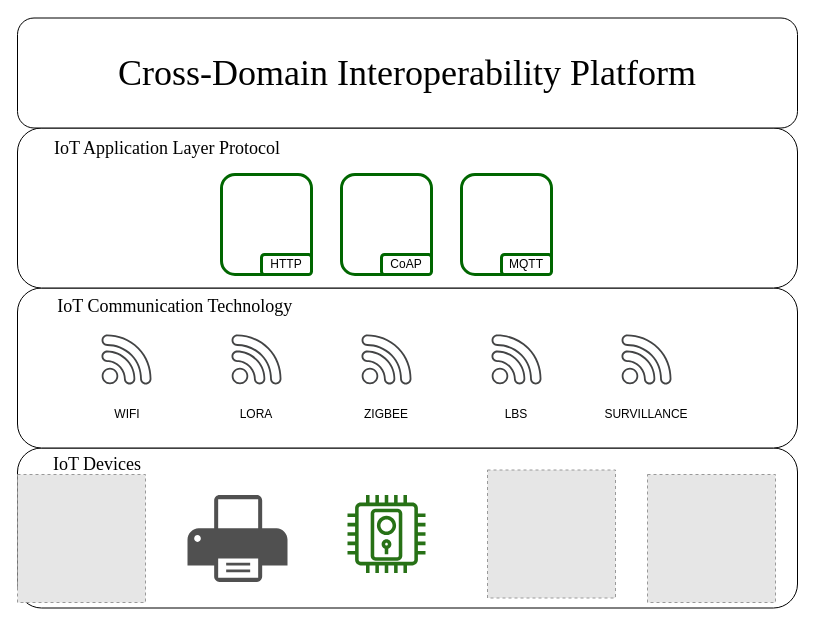
Before: page "Page-5" (5 of 9) of SystemAll.drawio in ctmuthu/wot-sys-ci, a draw.io diagram. Source tidied: cells renumbered, new cells numbered last; positions are measured from the earlier drawing's top-left corner, leaving out a move shared by most shapes. Both pictures are drawn from the tidied source at 100%, with x=0, y=0 at pixel (17, 18). Pictures stored in the file or linked from it are replaced by grey dashed boxes.
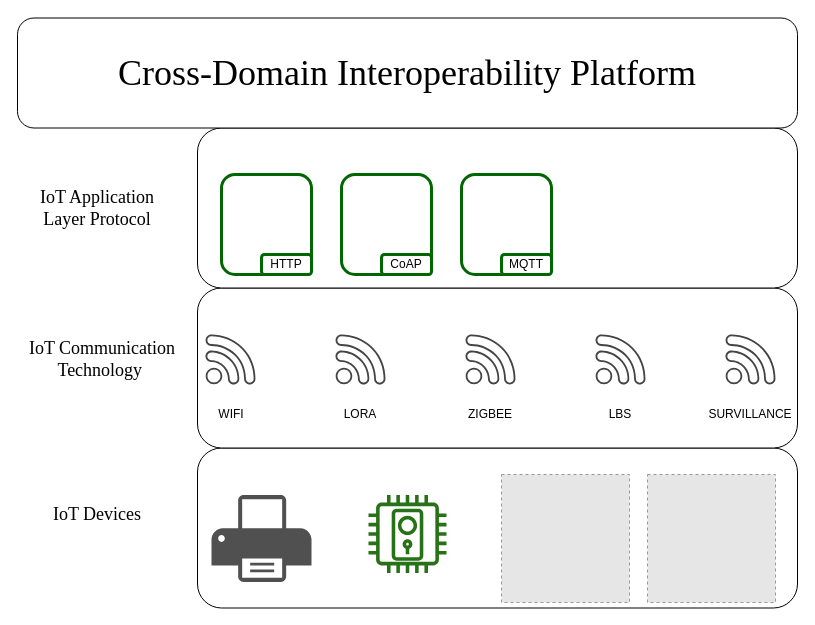
Above is the later version.

Diff of the diagram source:
```diff
@@
     <mxCell id="2" style="rounded=1;whiteSpace=wrap;html=1;" parent="1" vertex="1">
-      <mxGeometry y="429.5" width="780" height="160" as="geometry" />
+      <mxGeometry x="180" y="429.5" width="600" height="160" as="geometry" />
     </mxCell>
-    <mxCell id="3" style="fillColor=#E6E6E6;strokeColor=#999999;dashed=1;html=1;verticalAlign=top;verticalLabelPosition=bottom;labelBackgroundColor=#ffffff;" parent="1" vertex="1">
-      <mxGeometry y="456" width="128" height="128" as="geometry" />
-    </mxCell>
     <mxCell id="4" style="fillColor=#E6E6E6;strokeColor=#999999;dashed=1;html=1;verticalAlign=top;verticalLabelPosition=bottom;labelBackgroundColor=#ffffff;" parent="1" vertex="1">
-      <mxGeometry x="470" y="451.5" width="128" height="128" as="geometry" />
+      <mxGeometry x="484" y="456" width="128" height="128" as="geometry" />
     </mxCell>
@@
     <mxCell id="6" style="fontColor=#232F3E;gradientColor=none;fillColor=#277116;strokeColor=none;dashed=0;verticalLabelPosition=bottom;verticalAlign=top;align=center;html=1;fontSize=12;fontStyle=0;shape=mxgraph.aws4.door_lock;" parent="1" vertex="1">
-      <mxGeometry x="330" y="476.5" width="78" height="78" as="geometry" />
+      <mxGeometry x="351" y="476.5" width="78" height="78" as="geometry" />
     </mxCell>
     <mxCell id="7" style="shadow=0;dashed=0;html=1;strokeColor=none;fillColor=#505050;labelPosition=center;verticalLabelPosition=bottom;verticalAlign=top;align=center;shape=mxgraph.office.devices.printer;" parent="1" vertex="1">
-      <mxGeometry x="170" y="476.5" width="100" height="87" as="geometry" />
+      <mxGeometry x="194" y="476.5" width="100" height="87" as="geometry" />
     </mxCell>
     <mxCell id="8" value="&lt;font face=&quot;Times New Roman&quot; style=&quot;font-size: 18px&quot;&gt;IoT Devices&lt;/font&gt;" style="text;html=1;strokeColor=none;fillColor=none;align=center;verticalAlign=middle;whiteSpace=wrap;rounded=0;" parent="1" vertex="1">
-      <mxGeometry x="30" y="436" width="100" height="20" as="geometry" />
+      <mxGeometry x="30" y="486" width="100" height="20" as="geometry" />
     </mxCell>
     <mxCell id="9" style="rounded=1;whiteSpace=wrap;html=1;" parent="1" vertex="1">
-      <mxGeometry y="269.5" width="780" height="160" as="geometry" />
+      <mxGeometry x="180" y="269.5" width="600" height="160" as="geometry" />
     </mxCell>
     <mxCell id="10" style="shadow=0;dashed=0;html=1;strokeColor=none;fillColor=#434445;labelPosition=center;verticalLabelPosition=bottom;verticalAlign=top;align=center;shape=mxgraph.vvd.wi_fi;" parent="1" vertex="1">
-      <mxGeometry x="84" y="316" width="50" height="50" as="geometry" />
+      <mxGeometry x="188" y="316" width="50" height="50" as="geometry" />
     </mxCell>
     <mxCell id="11" style="shadow=0;dashed=0;html=1;strokeColor=none;fillColor=#434445;labelPosition=center;verticalLabelPosition=bottom;verticalAlign=top;align=center;shape=mxgraph.vvd.wi_fi;" parent="1" vertex="1">
-      <mxGeometry x="214" y="316" width="50" height="50" as="geometry" />
+      <mxGeometry x="318" y="316" width="50" height="50" as="geometry" />
     </mxCell>
     <mxCell id="12" style="shadow=0;dashed=0;html=1;strokeColor=none;fillColor=#434445;labelPosition=center;verticalLabelPosition=bottom;verticalAlign=top;align=center;shape=mxgraph.vvd.wi_fi;" parent="1" vertex="1">
-      <mxGeometry x="344" y="316" width="50" height="50" as="geometry" />
+      <mxGeometry x="448" y="316" width="50" height="50" as="geometry" />
     </mxCell>
     <mxCell id="13" style="shadow=0;dashed=0;html=1;strokeColor=none;fillColor=#434445;labelPosition=center;verticalLabelPosition=bottom;verticalAlign=top;align=center;shape=mxgraph.vvd.wi_fi;" parent="1" vertex="1">
-      <mxGeometry x="474" y="316" width="50" height="50" as="geometry" />
+      <mxGeometry x="578" y="316" width="50" height="50" as="geometry" />
     </mxCell>
     <mxCell id="14" style="shadow=0;dashed=0;html=1;strokeColor=none;fillColor=#434445;labelPosition=center;verticalLabelPosition=bottom;verticalAlign=top;align=center;shape=mxgraph.vvd.wi_fi;" parent="1" vertex="1">
-      <mxGeometry x="604" y="316" width="50" height="50" as="geometry" />
+      <mxGeometry x="708" y="316" width="50" height="50" as="geometry" />
     </mxCell>
     <mxCell id="15" value="WIFI" style="text;html=1;strokeColor=none;fillColor=none;align=center;verticalAlign=middle;whiteSpace=wrap;rounded=0;" parent="1" vertex="1">
-      <mxGeometry x="90" y="386" width="40" height="20" as="geometry" />
+      <mxGeometry x="194" y="386" width="40" height="20" as="geometry" />
     </mxCell>
     <mxCell id="16" value="LORA" style="text;html=1;strokeColor=none;fillColor=none;align=center;verticalAlign=middle;whiteSpace=wrap;rounded=0;" parent="1" vertex="1">
-      <mxGeometry x="219" y="386" width="40" height="20" as="geometry" />
+      <mxGeometry x="323" y="386" width="40" height="20" as="geometry" />
     </mxCell>
     <mxCell id="17" value="ZIGBEE" style="text;html=1;strokeColor=none;fillColor=none;align=center;verticalAlign=middle;whiteSpace=wrap;rounded=0;" parent="1" vertex="1">
-      <mxGeometry x="349" y="386" width="40" height="20" as="geometry" />
+      <mxGeometry x="453" y="386" width="40" height="20" as="geometry" />
     </mxCell>
     <mxCell id="18" value="LBS" style="text;html=1;strokeColor=none;fillColor=none;align=center;verticalAlign=middle;whiteSpace=wrap;rounded=0;" parent="1" vertex="1">
-      <mxGeometry x="479" y="386" width="40" height="20" as="geometry" />
+      <mxGeometry x="583" y="386" width="40" height="20" as="geometry" />
     </mxCell>
     <mxCell id="19" value="SURVILLANCE" style="text;html=1;strokeColor=none;fillColor=none;align=center;verticalAlign=middle;whiteSpace=wrap;rounded=0;" parent="1" vertex="1">
-      <mxGeometry x="609" y="386" width="40" height="20" as="geometry" />
+      <mxGeometry x="713" y="386" width="40" height="20" as="geometry" />
     </mxCell>
     <mxCell id="20" style="rounded=1;whiteSpace=wrap;html=1;" parent="1" vertex="1">
-      <mxGeometry y="109.5" width="780" height="160" as="geometry" />
+      <mxGeometry x="180" y="109.5" width="600" height="160" as="geometry" />
     </mxCell>
     <mxCell id="21" value="&lt;font face=&quot;Times New Roman&quot; style=&quot;font-size: 18px&quot;&gt;IoT Communication Technology&amp;nbsp;&lt;/font&gt;" style="text;html=1;strokeColor=none;fillColor=none;align=center;verticalAlign=middle;whiteSpace=wrap;rounded=0;" parent="1" vertex="1">
-      <mxGeometry x="30" y="278" width="260" height="20" as="geometry" />
+      <mxGeometry x="10" y="331" width="150" height="20" as="geometry" />
     </mxCell>
     <mxCell id="22" value="&lt;font face=&quot;Times New Roman&quot; style=&quot;font-size: 18px&quot;&gt;IoT Application Layer Protocol&lt;/font&gt;" style="text;html=1;strokeColor=none;fillColor=none;align=center;verticalAlign=middle;whiteSpace=wrap;rounded=0;" parent="1" vertex="1">
-      <mxGeometry x="30" y="120" width="240" height="20" as="geometry" />
+      <mxGeometry y="179.5" width="160" height="20" as="geometry" />
     </mxCell>
```
